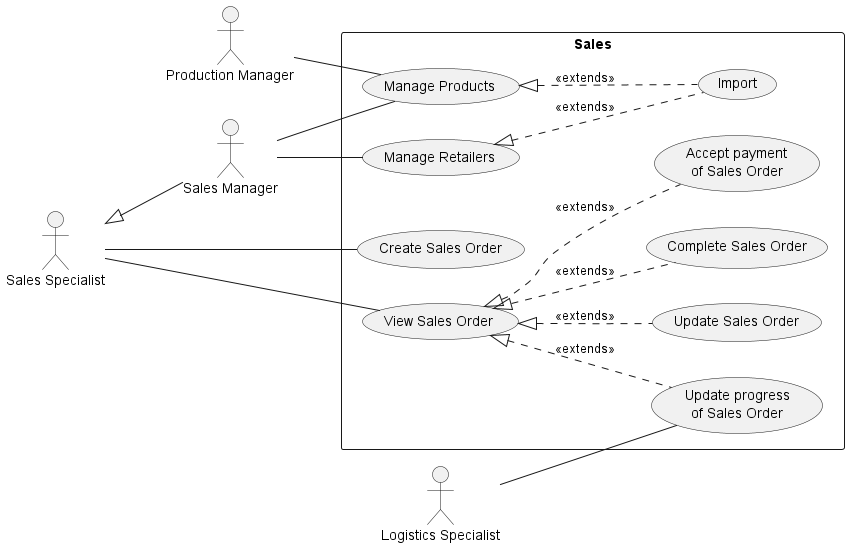
The PlantUML diagram use-cases/Sales.png in phihungha/scmss-reqs, before a commit.
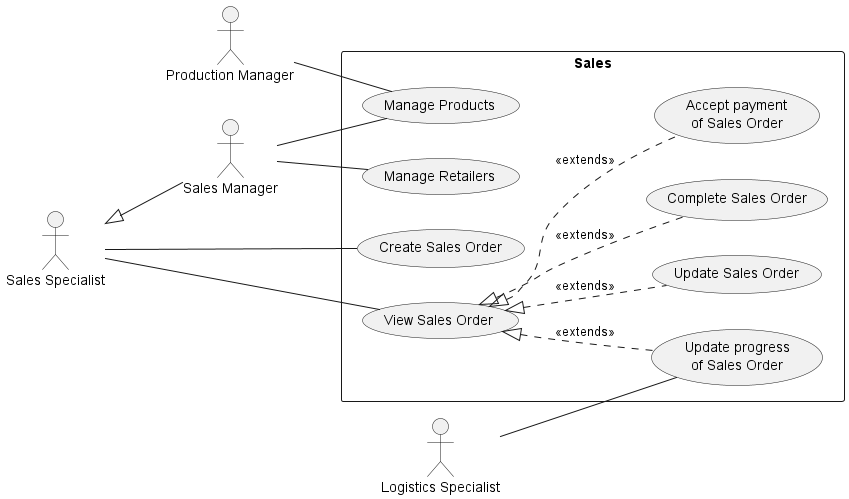
After the change.

Commit message:
Remove import use case

Diff of the diagram source:
```diff
@@ -21,8 +21,6 @@
 
     pm -- (Manage Products)
     sm -- (Manage Products)
-    (Manage Products) <|.. (Import) : <<extends>>
     sm -- (Manage Retailers)
-    (Manage Retailers) <|.. (Import) : <<extends>>
 }
 @enduml
```
